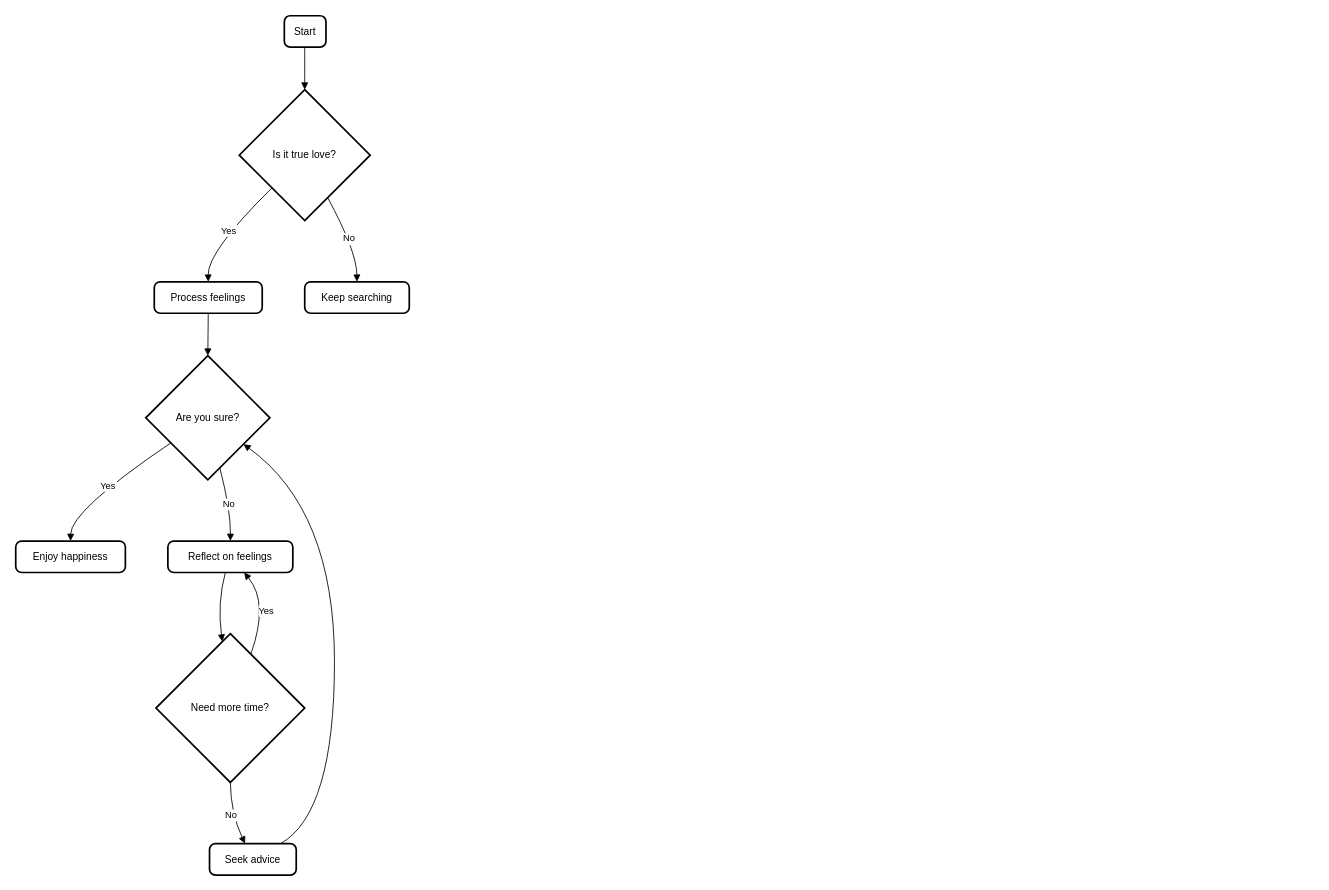
The draw.io diagram Solver/Solver.drawio in frozenproof/dactaphanmem, before the edit. Source tidied: cells renumbered, new cells numbered last; positions are measured from the earlier drawing's top-left corner, leaving out a move shared by most shapes. Both pictures are drawn from the tidied source at 85%, with x=0, y=0 at pixel (15, 15).
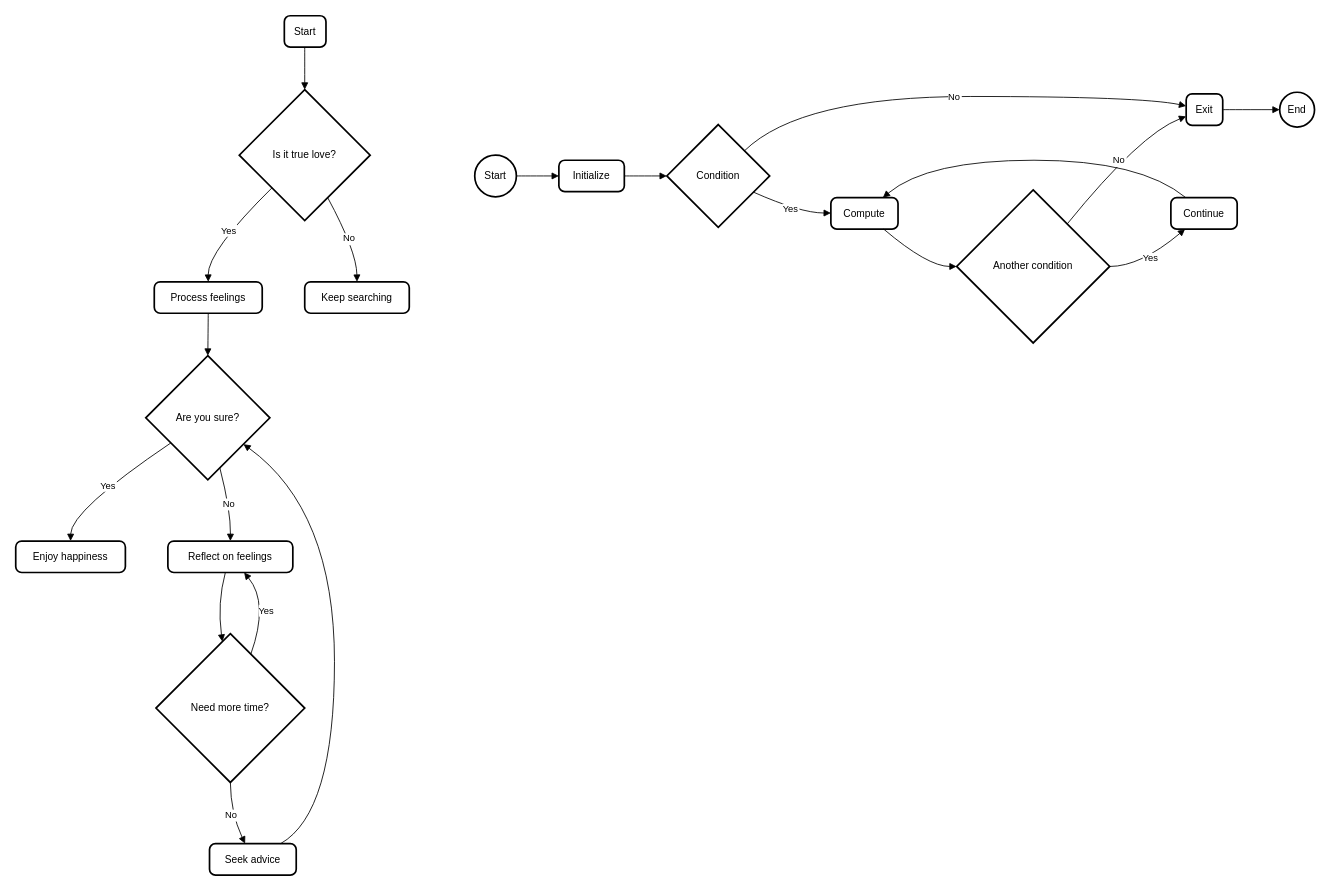
Above is the later version.

Change to the diagram source:
```diff
@@
+    <mxCell id="21" value="Start" style="ellipse;strokeWidth=2;whiteSpace=wrap;" parent="1" vertex="1">
+      <mxGeometry x="540" y="164" width="49" height="49" as="geometry" />
+    </mxCell>
+    <mxCell id="22" value="Initialize" style="rounded=1;absoluteArcSize=1;arcSize=14;whiteSpace=wrap;strokeWidth=2;" parent="1" vertex="1">
+      <mxGeometry x="639" y="170" width="77" height="37" as="geometry" />
+    </mxCell>
+    <mxCell id="23" value="Condition" style="rhombus;strokeWidth=2;whiteSpace=wrap;" parent="1" vertex="1">
+      <mxGeometry x="766" y="128" width="121" height="121" as="geometry" />
+    </mxCell>
+    <mxCell id="24" value="Compute" style="rounded=1;absoluteArcSize=1;arcSize=14;whiteSpace=wrap;strokeWidth=2;" parent="1" vertex="1">
+      <mxGeometry x="959" y="214" width="79" height="37" as="geometry" />
+    </mxCell>
+    <mxCell id="25" value="Another condition" style="rhombus;strokeWidth=2;whiteSpace=wrap;" parent="1" vertex="1">
+      <mxGeometry x="1107" y="205" width="180" height="180" as="geometry" />
+    </mxCell>
+    <mxCell id="26" value="Exit" style="rounded=1;absoluteArcSize=1;arcSize=14;whiteSpace=wrap;strokeWidth=2;" parent="1" vertex="1">
+      <mxGeometry x="1377" y="92" width="43" height="37" as="geometry" />
+    </mxCell>
+    <mxCell id="27" value="Continue" style="rounded=1;absoluteArcSize=1;arcSize=14;whiteSpace=wrap;strokeWidth=2;" parent="1" vertex="1">
+      <mxGeometry x="1359" y="214" width="78" height="37" as="geometry" />
+    </mxCell>
+    <mxCell id="28" value="End" style="ellipse;strokeWidth=2;whiteSpace=wrap;" parent="1" vertex="1">
+      <mxGeometry x="1487" y="90" width="41" height="41" as="geometry" />
+    </mxCell>
+    <mxCell id="29" style="curved=1;startArrow=none;endArrow=block;exitX=1;exitY=0.5;entryX=0;entryY=0.5;rounded=0;" parent="1" edge="1" source="21" target="22">
+      <mxGeometry relative="1" as="geometry" />
+    </mxCell>
+    <mxCell id="30" style="curved=1;startArrow=none;endArrow=block;exitX=1;exitY=0.5;entryX=0;entryY=0.5;rounded=0;" parent="1" edge="1" source="22" target="23">
+      <mxGeometry relative="1" as="geometry" />
+    </mxCell>
+    <mxCell id="31" value="Yes" style="curved=1;startArrow=none;endArrow=block;exitX=1;exitY=0.73;entryX=0;entryY=0.49;rounded=0;" parent="1" edge="1" source="23" target="24">
+      <mxGeometry relative="1" as="geometry">
+        <Array as="points">
+          <mxPoint x="923" y="232" />
+        </Array>
+      </mxGeometry>
+    </mxCell>
+    <mxCell id="32" style="curved=1;startArrow=none;endArrow=block;exitX=0.78;exitY=0.99;entryX=0;entryY=0.5;rounded=0;" parent="1" edge="1" source="24" target="25">
+      <mxGeometry relative="1" as="geometry">
+        <Array as="points">
+          <mxPoint x="1073" y="295" />
+        </Array>
+      </mxGeometry>
+    </mxCell>
+    <mxCell id="33" value="No" style="curved=1;startArrow=none;endArrow=block;exitX=0.9;exitY=0;entryX=-0.01;entryY=0.72;rounded=0;" parent="1" edge="1" source="25" target="26">
+      <mxGeometry relative="1" as="geometry">
+        <Array as="points">
+          <mxPoint x="1323" y="139" />
+        </Array>
+      </mxGeometry>
+    </mxCell>
+    <mxCell id="34" value="Yes" style="curved=1;startArrow=none;endArrow=block;exitX=1;exitY=0.5;entryX=0.22;entryY=0.99;rounded=0;" parent="1" edge="1" source="25" target="27">
+      <mxGeometry relative="1" as="geometry">
+        <Array as="points">
+          <mxPoint x="1323" y="295" />
+        </Array>
+      </mxGeometry>
+    </mxCell>
+    <mxCell id="35" style="curved=1;startArrow=none;endArrow=block;exitX=0.22;exitY=-0.01;entryX=0.78;entryY=-0.01;rounded=0;" parent="1" edge="1" source="27" target="24">
+      <mxGeometry relative="1" as="geometry">
+        <Array as="points">
+          <mxPoint x="1323" y="170" />
+          <mxPoint x="1073" y="170" />
+        </Array>
+      </mxGeometry>
+    </mxCell>
+    <mxCell id="36" value="No" style="curved=1;startArrow=none;endArrow=block;exitX=1;exitY=0.02;entryX=-0.01;entryY=0.38;rounded=0;" parent="1" edge="1" source="23" target="26">
+      <mxGeometry relative="1" as="geometry">
+        <Array as="points">
+          <mxPoint x="923" y="95" />
+          <mxPoint x="1323" y="95" />
+        </Array>
+      </mxGeometry>
+    </mxCell>
+    <mxCell id="37" style="curved=1;startArrow=none;endArrow=block;exitX=0.99;exitY=0.5;entryX=0;entryY=0.5;rounded=0;" parent="1" edge="1" source="26" target="28">
+      <mxGeometry relative="1" as="geometry" />
+    </mxCell>
```
